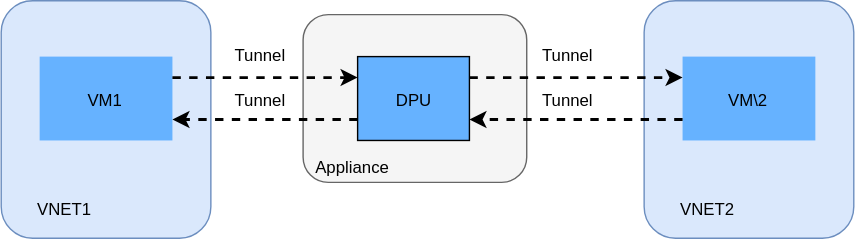
Above: documentation/vnet2vnet-service/design/images/vnet-to-vnet-one-dpu.svg in sonic-net/DASH (draw.io), before the change. Source tidied: cells renumbered, new cells last; positions are measured from the earlier drawing's top-left corner, leaving out a move shared by most shapes.
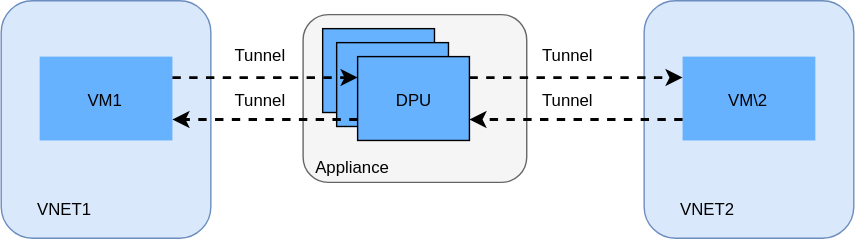
The same file after the commit.

Diff of the diagram source:
```diff
@@ -2,10 +2,7 @@
   <root>
     <mxCell id="0" />
     <mxCell id="1" parent="0" />
-    <mxCell id="2" style="group;" parent="1" vertex="1">
-      <mxGeometry width="610" height="170" as="geometry" />
-    </mxCell>
-    <mxCell id="3" style="group;" parent="2" vertex="1">
+    <mxCell id="3" style="group;" parent="1" vertex="1">
       <mxGeometry width="150" height="170" as="geometry" />
     </mxCell>
     <mxCell id="4" style="rounded=1;whiteSpace=wrap;html=1;fillColor=#dae8fc;strokeColor=#6c8ebf;" parent="3" vertex="1">
@@ -23,7 +20,7 @@
     <mxCell id="8" value="VM1" style="text;html=1;align=center;verticalAlign=middle;strokeColor=none;fillColor=none;" parent="6" vertex="1">
       <mxGeometry x="26.5" y="22" width="40" height="20" as="geometry" />
     </mxCell>
-    <mxCell id="9" style="group;" parent="2" vertex="1">
+    <mxCell id="9" style="group;" parent="1" vertex="1">
       <mxGeometry x="460" width="150" height="170" as="geometry" />
     </mxCell>
     <mxCell id="10" style="rounded=1;whiteSpace=wrap;html=1;fillColor=#dae8fc;strokeColor=#6c8ebf;" parent="9" vertex="1">
@@ -41,12 +38,18 @@
     <mxCell id="14" value="VM\2" style="text;html=1;align=center;verticalAlign=middle;strokeColor=none;fillColor=none;" parent="12" vertex="1">
       <mxGeometry x="26.5" y="22" width="40" height="20" as="geometry" />
     </mxCell>
-    <mxCell id="15" style="group;" parent="2" vertex="1">
+    <mxCell id="15" style="group;" parent="1" vertex="1">
       <mxGeometry x="255" y="40" width="125" height="90" as="geometry" />
     </mxCell>
     <mxCell id="16" style="rounded=1;whiteSpace=wrap;html=1;fillColor=#f5f5f5;fontColor=#333333;strokeColor=#666666;" parent="15" vertex="1">
       <mxGeometry x="-39" y="-30" width="160" height="120" as="geometry" />
     </mxCell>
+    <mxCell id="28" style="rounded=0;whiteSpace=wrap;html=1;fillColor=#66B2FF;" parent="15" vertex="1">
+      <mxGeometry x="-25" y="-20" width="80" height="60" as="geometry" />
+    </mxCell>
+    <mxCell id="29" style="rounded=0;whiteSpace=wrap;html=1;fillColor=#66B2FF;" parent="15" vertex="1">
+      <mxGeometry x="-15" y="-10" width="80" height="60" as="geometry" />
+    </mxCell>
     <mxCell id="17" style="rounded=0;whiteSpace=wrap;html=1;fillColor=#66B2FF;" parent="15" vertex="1">
       <mxGeometry width="80" height="60" as="geometry" />
     </mxCell>
@@ -56,28 +59,28 @@
     <mxCell id="19" value="Appliance" style="text;html=1;align=center;verticalAlign=middle;strokeColor=none;fillColor=none;" parent="15" vertex="1">
       <mxGeometry x="-39" y="70" width="70" height="20" as="geometry" />
     </mxCell>
-    <mxCell id="20" style="edgeStyle=orthogonalEdgeStyle;rounded=0;jettySize=auto;html=1;exitX=1;exitY=0.25;exitDx=0;exitDy=0;entryX=0;entryY=0.25;entryDx=0;entryDy=0;strokeWidth=2;dashed=1;" parent="2" edge="1" source="7" target="17">
+    <mxCell id="20" style="edgeStyle=orthogonalEdgeStyle;rounded=0;jettySize=auto;html=1;exitX=1;exitY=0.25;exitDx=0;exitDy=0;entryX=0;entryY=0.25;entryDx=0;entryDy=0;strokeWidth=2;dashed=1;" parent="1" edge="1" source="7" target="17">
       <mxGeometry relative="1" as="geometry" />
     </mxCell>
-    <mxCell id="21" style="edgeStyle=orthogonalEdgeStyle;rounded=0;jettySize=auto;html=1;exitX=0;exitY=0.75;exitDx=0;exitDy=0;entryX=1;entryY=0.75;entryDx=0;entryDy=0;strokeWidth=2;dashed=1;" parent="2" edge="1" source="17" target="7">
+    <mxCell id="21" style="edgeStyle=orthogonalEdgeStyle;rounded=0;jettySize=auto;html=1;exitX=0;exitY=0.75;exitDx=0;exitDy=0;entryX=1;entryY=0.75;entryDx=0;entryDy=0;strokeWidth=2;dashed=1;" parent="1" edge="1" source="17" target="7">
       <mxGeometry relative="1" as="geometry" />
     </mxCell>
-    <mxCell id="22" style="edgeStyle=orthogonalEdgeStyle;rounded=0;jettySize=auto;html=1;exitX=1;exitY=0.25;exitDx=0;exitDy=0;entryX=0;entryY=0.25;entryDx=0;entryDy=0;strokeWidth=2;dashed=1;" parent="2" edge="1" source="17" target="13">
+    <mxCell id="22" style="edgeStyle=orthogonalEdgeStyle;rounded=0;jettySize=auto;html=1;exitX=1;exitY=0.25;exitDx=0;exitDy=0;entryX=0;entryY=0.25;entryDx=0;entryDy=0;strokeWidth=2;dashed=1;" parent="1" edge="1" source="17" target="13">
       <mxGeometry relative="1" as="geometry" />
     </mxCell>
-    <mxCell id="23" style="edgeStyle=orthogonalEdgeStyle;rounded=0;jettySize=auto;html=1;exitX=0;exitY=0.75;exitDx=0;exitDy=0;entryX=1;entryY=0.75;entryDx=0;entryDy=0;strokeWidth=2;dashed=1;" parent="2" edge="1" source="13" target="17">
+    <mxCell id="23" style="edgeStyle=orthogonalEdgeStyle;rounded=0;jettySize=auto;html=1;exitX=0;exitY=0.75;exitDx=0;exitDy=0;entryX=1;entryY=0.75;entryDx=0;entryDy=0;strokeWidth=2;dashed=1;" parent="1" edge="1" source="13" target="17">
       <mxGeometry relative="1" as="geometry" />
     </mxCell>
-    <mxCell id="24" value="Tunnel" style="text;html=1;align=center;verticalAlign=middle;strokeColor=none;fillColor=none;" parent="2" vertex="1">
+    <mxCell id="24" value="Tunnel" style="text;html=1;align=center;verticalAlign=middle;strokeColor=none;fillColor=none;" parent="1" vertex="1">
       <mxGeometry x="380" y="62" width="50" height="20" as="geometry" />
     </mxCell>
-    <mxCell id="25" value="Tunnel" style="text;html=1;align=center;verticalAlign=middle;strokeColor=none;fillColor=none;" parent="2" vertex="1">
+    <mxCell id="25" value="Tunnel" style="text;html=1;align=center;verticalAlign=middle;strokeColor=none;fillColor=none;" parent="1" vertex="1">
       <mxGeometry x="160" y="30" width="50" height="20" as="geometry" />
     </mxCell>
-    <mxCell id="26" value="Tunnel" style="text;html=1;align=center;verticalAlign=middle;strokeColor=none;fillColor=none;" parent="2" vertex="1">
+    <mxCell id="26" value="Tunnel" style="text;html=1;align=center;verticalAlign=middle;strokeColor=none;fillColor=none;" parent="1" vertex="1">
       <mxGeometry x="160" y="62" width="50" height="20" as="geometry" />
     </mxCell>
-    <mxCell id="27" value="Tunnel" style="text;html=1;align=center;verticalAlign=middle;strokeColor=none;fillColor=none;" parent="2" vertex="1">
+    <mxCell id="27" value="Tunnel" style="text;html=1;align=center;verticalAlign=middle;strokeColor=none;fillColor=none;" parent="1" vertex="1">
       <mxGeometry x="380" y="30" width="50" height="20" as="geometry" />
     </mxCell>
   </root>
```
